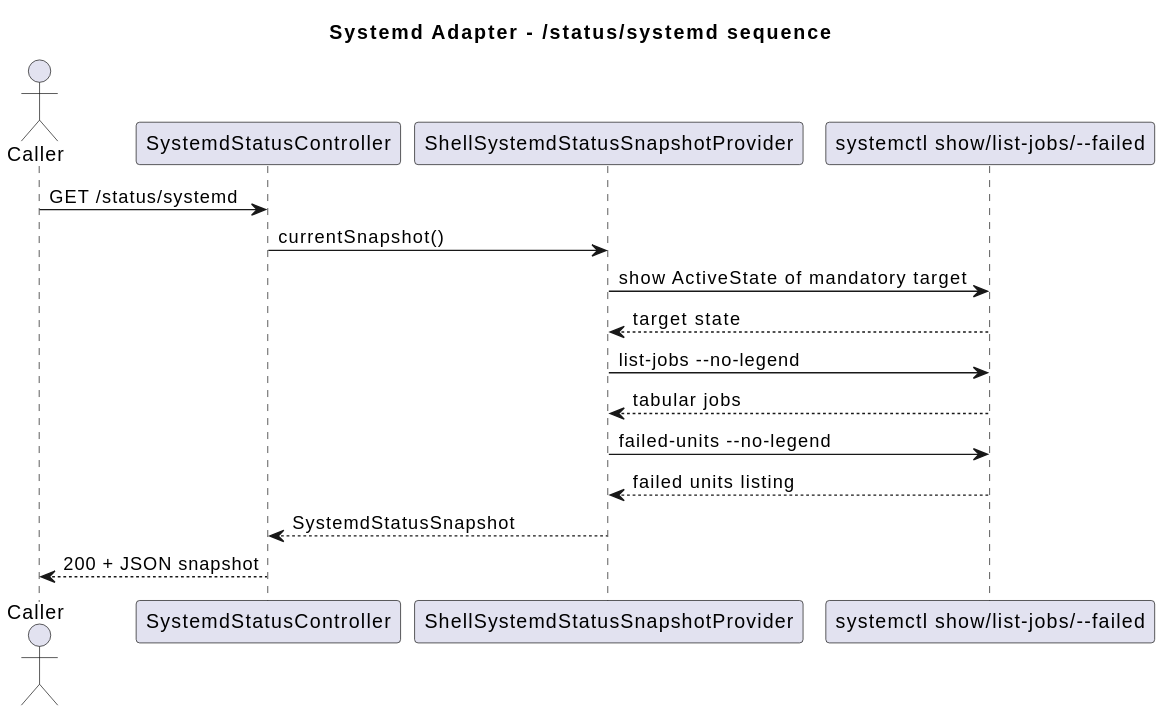
Before: docs/.generated/diagrams/systemd-adapter-status-sequence.svg, a diagram exported from PlantUML (nxmatic/rke2lab).
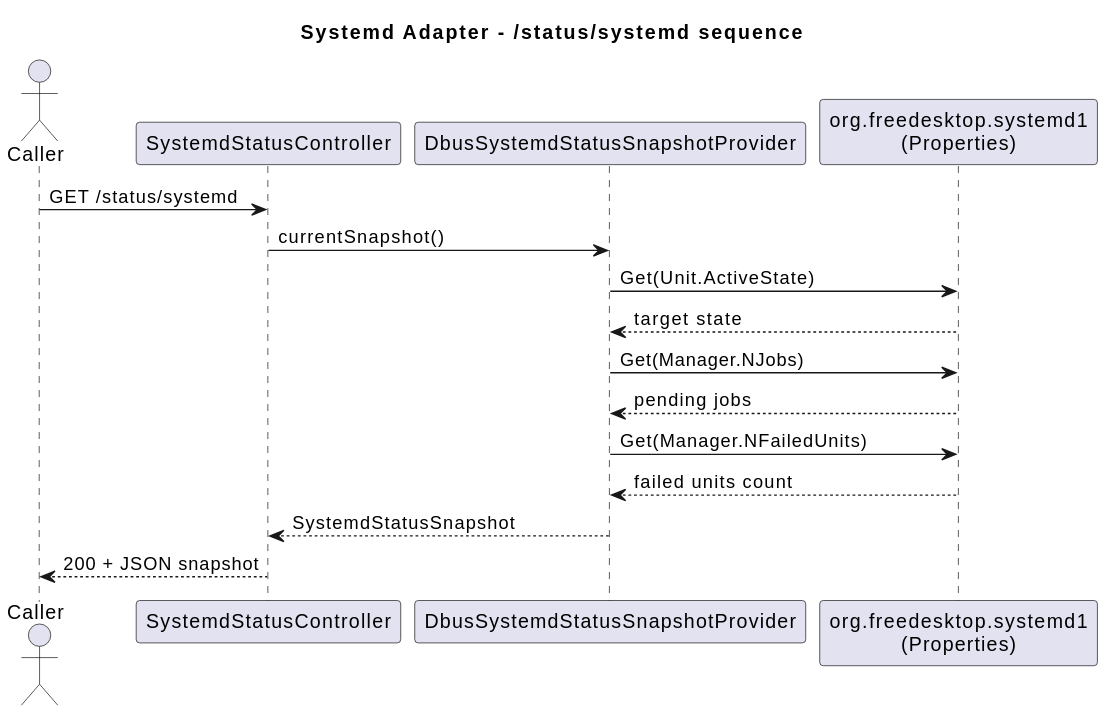
After the commit.

Change to the diagram source:
```diff
@@ -5,20 +5,20 @@
 
 actor Caller
 participant "SystemdStatusController" as Controller
-participant "ShellSystemdStatusSnapshotProvider" as Provider
-participant "systemctl show/list-jobs/--failed" as Systemctl
+participant "DbusSystemdStatusSnapshotProvider" as Provider
+participant "org.freedesktop.systemd1\n(Properties)" as Dbus
 
 Caller -> Controller : GET /status/systemd
 Controller -> Provider : currentSnapshot()
 
-Provider -> Systemctl : show ActiveState of mandatory target
-Systemctl --> Provider : target state
+Provider -> Dbus : Get(Unit.ActiveState)
+Dbus --> Provider : target state
 
-Provider -> Systemctl : list-jobs --no-legend
-Systemctl --> Provider : tabular jobs
+Provider -> Dbus : Get(Manager.NJobs)
+Dbus --> Provider : pending jobs
 
-Provider -> Systemctl : failed-units --no-legend
-Systemctl --> Provider : failed units listing
+Provider -> Dbus : Get(Manager.NFailedUnits)
+Dbus --> Provider : failed units count
 
 Provider --> Controller : SystemdStatusSnapshot
 Controller --> Caller : 200 + JSON snapshot
```
